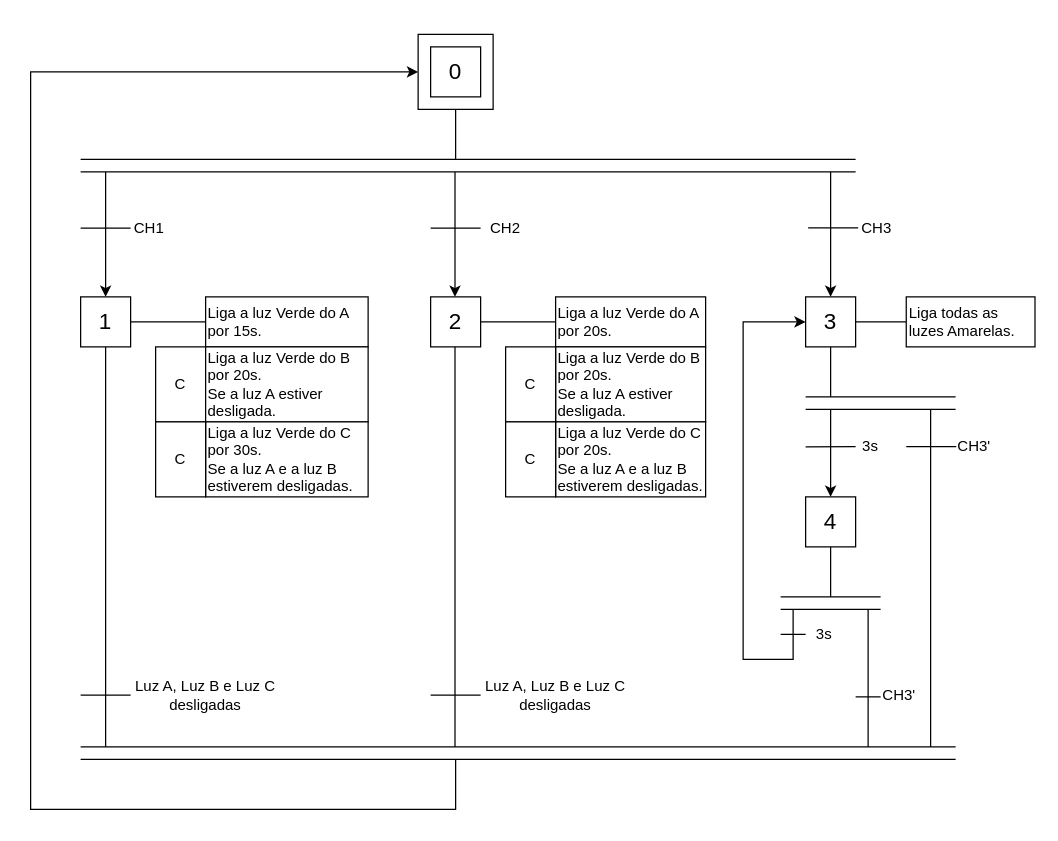
This is Experiência 3 - Semáforo de 3 tempos/Experimento3_CLP.drawio from pedroManuelP/Automa-o-Industrial, a draw.io file, before an edit. Source tidied: cells renumbered, new cells numbered last; positions are measured from the earlier drawing's top-left corner, leaving out a move shared by most shapes. Both pictures are drawn from the tidied source at 125%, with x=0, y=0 at pixel (30, 34).
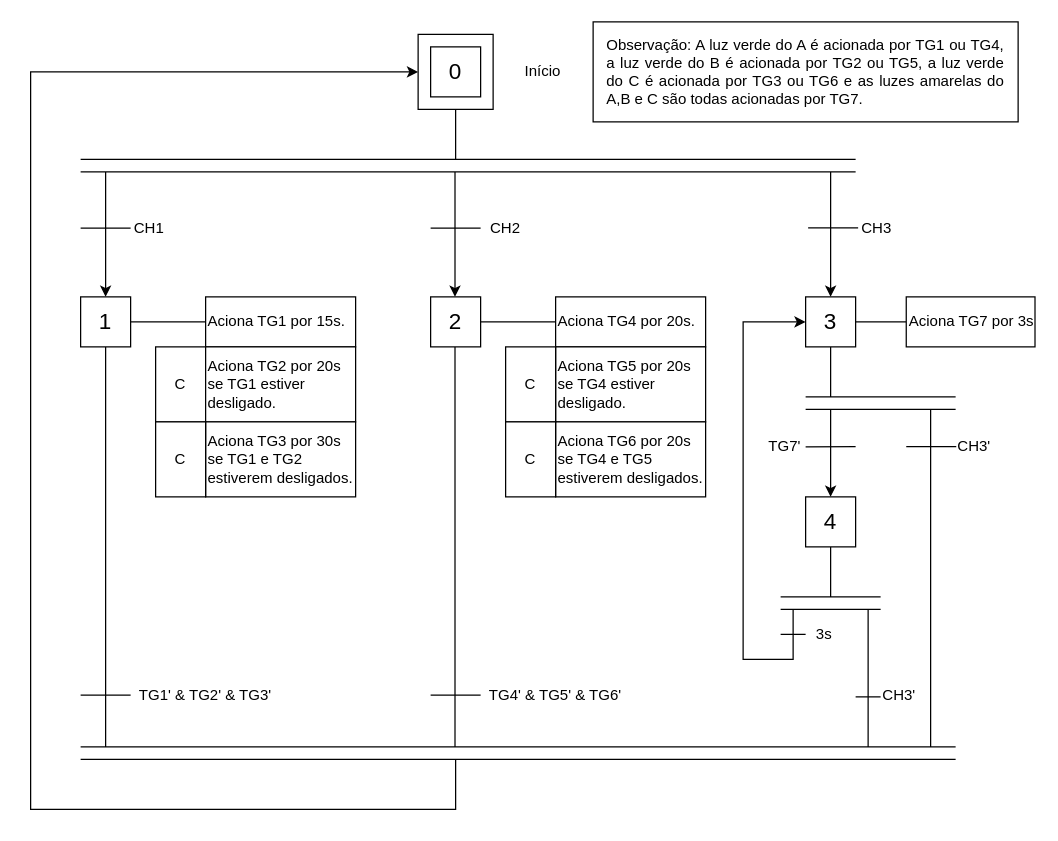
The same page after the edit.

What changed in the source:
```diff
@@
+    <mxCell id="61" style="rounded=0;whiteSpace=wrap;html=1;" parent="1" vertex="1">
+      <mxGeometry x="450" y="-10" width="340" height="80" as="geometry" />
+    </mxCell>
@@
-    <mxCell id="6" value="&lt;div style=&quot;&quot;&gt;&lt;span style=&quot;background-color: rgb(255, 255, 255);&quot;&gt;&lt;font style=&quot;color: rgb(0, 0, 0);&quot;&gt;&lt;br&gt;&lt;/font&gt;&lt;/span&gt;&lt;/div&gt;&lt;span style=&quot;background-color: rgb(255, 255, 255);&quot;&gt;&lt;font style=&quot;color: rgb(0, 0, 0);&quot;&gt;&lt;span style=&quot;font-family: Helvetica; font-size: 12px; font-style: normal; font-variant-ligatures: normal; font-variant-caps: normal; font-weight: 400; letter-spacing: normal; orphans: 2; text-indent: 0px; text-transform: none; widows: 2; word-spacing: 0px; -webkit-text-stroke-width: 0px; white-space: normal; text-decoration-thickness: initial; text-decoration-style: initial; text-decoration-color: initial; float: none; color: rgb(0, 0, 0); display: inline !important;&quot;&gt;Liga a luz Verde do A por 15s.&lt;/span&gt;&lt;br&gt;&lt;/font&gt;&lt;/span&gt;&lt;div style=&quot;&quot;&gt;&lt;br&gt;&lt;/div&gt;" style="rounded=0;whiteSpace=wrap;html=1;align=left;" parent="1" vertex="1">
-      <mxGeometry x="140" y="210" width="130" height="40" as="geometry" />
+    <mxCell id="6" value="&lt;div align=&quot;left&quot;&gt;Aciona TG1 por 15s.&lt;/div&gt;" style="rounded=0;whiteSpace=wrap;html=1;align=left;" parent="1" vertex="1">
+      <mxGeometry x="140" y="210" width="120" height="40" as="geometry" />
     </mxCell>
@@
-    <mxCell id="14" value="&lt;span style=&quot;&quot;&gt;Liga a luz Verde do A por 20s.&lt;/span&gt;" style="rounded=0;whiteSpace=wrap;html=1;align=left;" parent="1" vertex="1">
+    <mxCell id="14" value="&lt;div align=&quot;left&quot;&gt;Aciona TG4 por 20s.&lt;/div&gt;" style="rounded=0;whiteSpace=wrap;html=1;align=left;" parent="1" vertex="1">
       <mxGeometry x="420" y="210" width="120" height="40" as="geometry" />
     </mxCell>
@@
-    <mxCell id="17" value="Liga todas as luzes Amarelas." style="rounded=0;whiteSpace=wrap;html=1;align=left;" parent="1" vertex="1">
+    <mxCell id="17" value="&lt;div&gt;Aciona TG7 por 3s&lt;/div&gt;" style="rounded=0;whiteSpace=wrap;html=1;align=left;" parent="1" vertex="1">
       <mxGeometry x="700.5" y="210" width="103" height="40" as="geometry" />
     </mxCell>
@@
-    <mxCell id="24" value="3s" style="text;html=1;align=center;verticalAlign=middle;whiteSpace=wrap;rounded=0;" parent="1" vertex="1">
-      <mxGeometry x="657" y="320" width="30" height="20" as="geometry" />
+    <mxCell id="24" value="TG7'" style="text;html=1;align=center;verticalAlign=middle;whiteSpace=wrap;rounded=0;" parent="1" vertex="1">
+      <mxGeometry x="587" y="320" width="33" height="20" as="geometry" />
     </mxCell>
@@
-    <mxCell id="46" value="Luz A, Luz B e Luz C desligadas" style="text;html=1;align=center;verticalAlign=middle;whiteSpace=wrap;rounded=0;" parent="1" vertex="1">
+    <mxCell id="46" value="TG4' &amp;amp; TG5' &amp;amp; TG6'" style="text;html=1;align=center;verticalAlign=middle;whiteSpace=wrap;rounded=0;" parent="1" vertex="1">
       <mxGeometry x="360" y="514" width="120" height="30" as="geometry" />
     </mxCell>
@@
-    <mxCell id="48" value="Luz A, Luz B e Luz C desligadas" style="text;html=1;align=center;verticalAlign=middle;whiteSpace=wrap;rounded=0;" parent="1" vertex="1">
+    <mxCell id="48" value="TG1' &amp;amp; TG2' &amp;amp; TG3'" style="text;html=1;align=center;verticalAlign=middle;whiteSpace=wrap;rounded=0;" parent="1" vertex="1">
       <mxGeometry x="80" y="514" width="120" height="30" as="geometry" />
     </mxCell>
@@
-    <mxCell id="51" value="&lt;span style=&quot;background-color: transparent; color: light-dark(rgb(0, 0, 0), rgb(255, 255, 255));&quot;&gt;Liga a luz Verde do B por 20s.&lt;/span&gt;&lt;br&gt;&lt;div style=&quot;&quot;&gt;Se a luz A estiver desligada.&lt;/div&gt;" style="rounded=0;whiteSpace=wrap;html=1;align=left;" parent="1" vertex="1">
-      <mxGeometry x="140" y="250" width="130" height="60" as="geometry" />
+    <mxCell id="51" value="&lt;div align=&quot;left&quot;&gt;Aciona TG2 por 20s&amp;nbsp;&lt;/div&gt;&lt;div align=&quot;left&quot;&gt;se TG1 estiver desligado.&lt;/div&gt;" style="rounded=0;whiteSpace=wrap;html=1;align=left;" parent="1" vertex="1">
+      <mxGeometry x="140" y="250" width="120" height="60" as="geometry" />
     </mxCell>
-    <mxCell id="52" value="&lt;div style=&quot;&quot;&gt;Liga a luz Verde do C por 30s.&lt;/div&gt;&lt;div style=&quot;&quot;&gt;Se a luz A e a luz B estiverem desligadas.&lt;/div&gt;" style="rounded=0;whiteSpace=wrap;html=1;align=left;" parent="1" vertex="1">
-      <mxGeometry x="140" y="310" width="130" height="60" as="geometry" />
+    <mxCell id="52" value="&lt;div&gt;Aciona TG3 por 30s&lt;/div&gt;&lt;div&gt;se TG1 e TG2 estiverem desligados.&lt;/div&gt;" style="rounded=0;whiteSpace=wrap;html=1;align=left;" parent="1" vertex="1">
+      <mxGeometry x="140" y="310" width="120" height="60" as="geometry" />
     </mxCell>
@@
-    <mxCell id="57" value="&lt;div&gt;Liga a luz Verde do B por 20s.&lt;/div&gt;&lt;div&gt;Se a luz A estiver desligada.&lt;/div&gt;" style="rounded=0;whiteSpace=wrap;html=1;align=left;" parent="1" vertex="1">
+    <mxCell id="57" value="&lt;div align=&quot;left&quot;&gt;Aciona TG5 por 20s&amp;nbsp;&lt;/div&gt;&lt;div align=&quot;left&quot;&gt;se TG4 estiver desligado.&lt;/div&gt;" style="rounded=0;whiteSpace=wrap;html=1;align=left;" parent="1" vertex="1">
       <mxGeometry x="420" y="250" width="120" height="60" as="geometry" />
     </mxCell>
-    <mxCell id="58" value="&lt;div&gt;Liga a luz Verde do C por 20s.&lt;/div&gt;&lt;div&gt;Se a luz A e a luz B estiverem desligadas.&lt;/div&gt;" style="rounded=0;whiteSpace=wrap;html=1;align=left;" parent="1" vertex="1">
+    <mxCell id="58" value="&lt;div&gt;Aciona TG6 por 20s&lt;/div&gt;&lt;div&gt;se TG4 e TG5 estiverem desligados.&lt;/div&gt;" style="rounded=0;whiteSpace=wrap;html=1;align=left;" parent="1" vertex="1">
       <mxGeometry x="420" y="310" width="120" height="60" as="geometry" />
     </mxCell>
@@
+    <mxCell id="62" value="&lt;div&gt;Início&lt;/div&gt;" style="text;html=1;align=center;verticalAlign=middle;whiteSpace=wrap;rounded=0;" parent="1" vertex="1">
+      <mxGeometry x="380" y="15" width="60" height="30" as="geometry" />
+    </mxCell>
+    <mxCell id="63" value="&lt;div align=&quot;justify&quot;&gt;Observação: A luz verde do A é acionada por TG1 ou TG4, a luz verde do B é acionada por TG2 ou TG5, a luz verde do C é acionada por TG3 ou TG6 e as luzes amarelas do A,B e C são todas acionadas por TG7.&lt;/div&gt;" style="text;html=1;align=center;verticalAlign=middle;whiteSpace=wrap;rounded=0;" parent="1" vertex="1">
+      <mxGeometry x="460" width="320" height="60" as="geometry" />
+    </mxCell>
```
